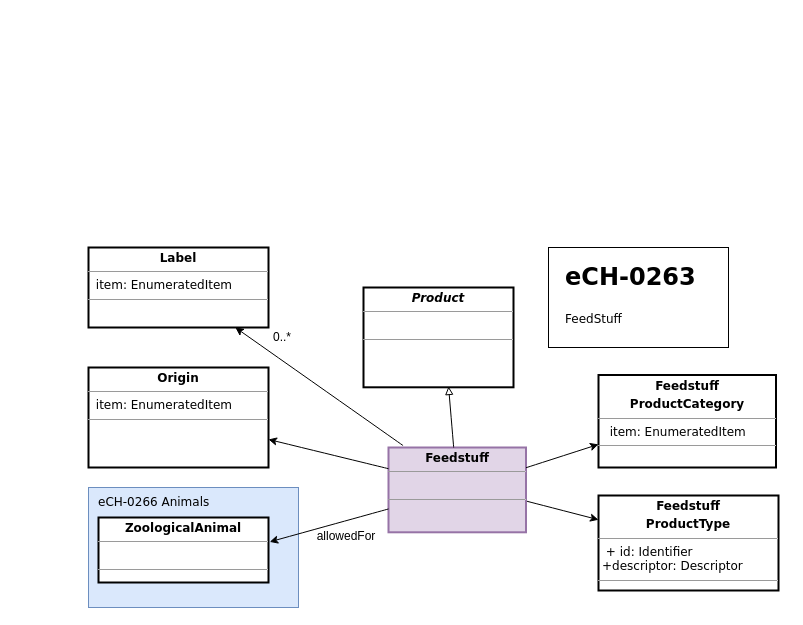
Above: src/eCH-0263__1_0__betriebsmittel_feedstuff.drawio in blw-ofag-ufag/eCH-0263 (draw.io), before the change. Source tidied: cells renumbered, new cells numbered last; positions are measured from the earlier drawing's top-left corner, leaving out a move shared by most shapes. Both pictures are drawn from the tidied source at 100%, with x=0, y=0 at pixel (88, 247).
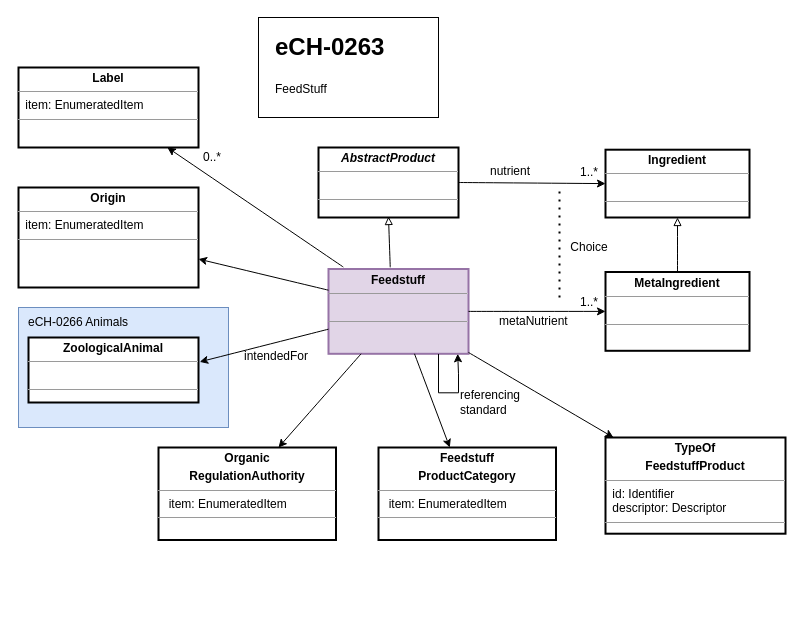
Above is the later version.

What changed in the source:
```diff
@@
-    <mxCell id="2" value="&lt;p style=&quot;margin:0px;margin-top:4px;text-align:center;&quot;&gt;&lt;b&gt;Feedstuff&lt;/b&gt;&lt;/p&gt;&lt;hr size=&quot;1&quot;&gt;&lt;p style=&quot;margin:0px;margin-left:4px;&quot;&gt;&amp;nbsp;&lt;br&gt;&lt;/p&gt;&lt;p style=&quot;margin:0px;margin-left:4px;&quot;&gt;&lt;/p&gt;&lt;hr size=&quot;1&quot;&gt;&lt;p style=&quot;margin:0px;margin-left:4px;&quot;&gt;&lt;br&gt;&lt;/p&gt;" style="verticalAlign=top;align=left;overflow=fill;fontSize=12;fontFamily=Verdana;html=1;sketch=0;strokeWidth=2;fillColor=#e1d5e7;strokeColor=#9673a6;" parent="1" vertex="1">
-      <mxGeometry x="300" y="200" width="137.5" height="84.8" as="geometry" />
+    <mxCell id="2" value="&lt;p style=&quot;margin:0px;margin-top:4px;text-align:center;&quot;&gt;&lt;b&gt;Feedstuff&lt;/b&gt;&lt;/p&gt;&lt;hr size=&quot;1&quot;&gt;&lt;p style=&quot;margin:0px;margin-left:4px;&quot;&gt;&amp;nbsp;&lt;br&gt;&lt;/p&gt;&lt;p style=&quot;margin:0px;margin-left:4px;&quot;&gt;&lt;/p&gt;&lt;hr size=&quot;1&quot;&gt;&lt;p style=&quot;margin:0px;margin-left:4px;&quot;&gt;&lt;br&gt;&lt;/p&gt;" style="verticalAlign=top;align=left;overflow=fill;fontSize=12;fontFamily=Helvetica;html=1;sketch=0;strokeWidth=2;fillColor=#e1d5e7;strokeColor=#9673a6;" parent="1" vertex="1">
+      <mxGeometry x="240" y="21.5" width="140" height="84.8" as="geometry" />
     </mxCell>
-    <mxCell id="3" value="&lt;p style=&quot;margin:0px;margin-top:4px;text-align:center;&quot;&gt;&lt;b&gt;Origin&lt;/b&gt;&lt;/p&gt;&lt;hr size=&quot;1&quot;&gt;&lt;p style=&quot;margin:0px;margin-left:4px;&quot;&gt;&amp;nbsp;item: EnumeratedItem&lt;br&gt;&lt;/p&gt;&lt;hr size=&quot;1&quot;&gt;&lt;p style=&quot;margin:0px;margin-left:4px;&quot;&gt;&lt;br&gt;&lt;/p&gt;" style="verticalAlign=top;align=left;overflow=fill;fontSize=12;fontFamily=Verdana;html=1;sketch=0;strokeWidth=2;" parent="1" vertex="1">
-      <mxGeometry y="120" width="180" height="100" as="geometry" />
+    <mxCell id="3" value="&lt;p style=&quot;margin:0px;margin-top:4px;text-align:center;&quot;&gt;&lt;b&gt;Origin&lt;/b&gt;&lt;/p&gt;&lt;hr size=&quot;1&quot;&gt;&lt;p style=&quot;margin:0px;margin-left:4px;&quot;&gt;&amp;nbsp;item: EnumeratedItem&lt;br&gt;&lt;/p&gt;&lt;hr size=&quot;1&quot;&gt;&lt;p style=&quot;margin:0px;margin-left:4px;&quot;&gt;&lt;br&gt;&lt;/p&gt;" style="verticalAlign=top;align=left;overflow=fill;fontSize=12;fontFamily=Helvetica;html=1;sketch=0;strokeWidth=2;" parent="1" vertex="1">
+      <mxGeometry x="-70" y="-60" width="180" height="100" as="geometry" />
     </mxCell>
-    <mxCell id="4" style="endArrow=classic;html=1;sketch=0;fontFamily=Verdana;curved=1;exitX=0;exitY=0.25;exitDx=0;exitDy=0;" parent="1" edge="1" source="2" target="3">
+    <mxCell id="4" style="endArrow=classic;html=1;sketch=0;fontFamily=Helvetica;curved=1;exitX=0;exitY=0.25;exitDx=0;exitDy=0;" parent="1" edge="1" source="2" target="3">
       <mxGeometry relative="1" as="geometry" />
     </mxCell>
-    <mxCell id="5" value="&lt;p style=&quot;margin:0px;margin-top:4px;text-align:center;&quot;&gt;&lt;b&gt;Label&lt;/b&gt;&lt;/p&gt;&lt;hr size=&quot;1&quot;&gt;&lt;p style=&quot;margin:0px;margin-left:4px;&quot;&gt;&amp;nbsp;item: EnumeratedItem&lt;br&gt;&lt;/p&gt;&lt;hr size=&quot;1&quot;&gt;&lt;p style=&quot;margin:0px;margin-left:4px;&quot;&gt;&lt;br&gt;&lt;/p&gt;" style="verticalAlign=top;align=left;overflow=fill;fontSize=12;fontFamily=Verdana;html=1;sketch=0;strokeWidth=2;" parent="1" vertex="1">
-      <mxGeometry width="180" height="80" as="geometry" />
+    <mxCell id="5" value="&lt;p style=&quot;margin:0px;margin-top:4px;text-align:center;&quot;&gt;&lt;b&gt;Label&lt;/b&gt;&lt;/p&gt;&lt;hr size=&quot;1&quot;&gt;&lt;p style=&quot;margin:0px;margin-left:4px;&quot;&gt;&amp;nbsp;item: EnumeratedItem&lt;br&gt;&lt;/p&gt;&lt;hr size=&quot;1&quot;&gt;&lt;p style=&quot;margin:0px;margin-left:4px;&quot;&gt;&lt;br&gt;&lt;/p&gt;" style="verticalAlign=top;align=left;overflow=fill;fontSize=12;fontFamily=Helvetica;html=1;sketch=0;strokeWidth=2;" parent="1" vertex="1">
+      <mxGeometry x="-70" y="-180" width="180" height="80" as="geometry" />
     </mxCell>
-    <mxCell id="6" style="endArrow=classic;html=1;sketch=0;fontFamily=Verdana;curved=1;exitX=0.106;exitY=-0.023;exitDx=0;exitDy=0;exitPerimeter=0;" parent="1" edge="1" source="2" target="5">
+    <mxCell id="6" style="endArrow=classic;html=1;sketch=0;fontFamily=Helvetica;curved=1;exitX=0.106;exitY=-0.023;exitDx=0;exitDy=0;exitPerimeter=0;" parent="1" edge="1" source="2" target="5">
       <mxGeometry relative="1" as="geometry" />
     </mxCell>
-    <mxCell id="7" value="0..*" style="text;html=1;strokeColor=none;fillColor=none;align=center;verticalAlign=middle;whiteSpace=wrap;rounded=0;" parent="1" vertex="1">
-      <mxGeometry x="164" y="75" width="60" height="30" as="geometry" />
+    <mxCell id="7" value="0..*" style="text;html=1;strokeColor=none;fillColor=none;align=center;verticalAlign=middle;whiteSpace=wrap;rounded=0;fontFamily=Helvetica;" parent="1" vertex="1">
+      <mxGeometry x="94" y="-105" width="60" height="30" as="geometry" />
     </mxCell>
-    <mxCell id="8" value="&lt;p style=&quot;margin:0px;margin-top:4px;text-align:center;&quot;&gt;&lt;b style=&quot;background-color: initial;&quot;&gt;Feedstuff&lt;/b&gt;&lt;/p&gt;&lt;p style=&quot;margin:0px;margin-top:4px;text-align:center;&quot;&gt;&lt;b style=&quot;background-color: initial;&quot;&gt;ProductType&lt;/b&gt;&lt;br&gt;&lt;/p&gt;&lt;hr size=&quot;1&quot;&gt;&lt;p style=&quot;margin:0px;margin-left:4px;&quot;&gt;&amp;nbsp;+ id: Identifier&lt;br&gt;&lt;/p&gt;&lt;p style=&quot;margin:0px;margin-left:4px;&quot;&gt;+descriptor: Descriptor&lt;/p&gt;&lt;hr size=&quot;1&quot;&gt;&lt;p style=&quot;margin:0px;margin-left:4px;&quot;&gt;&lt;br&gt;&lt;/p&gt;" style="verticalAlign=top;align=left;overflow=fill;fontSize=12;fontFamily=Verdana;html=1;sketch=0;strokeWidth=2;" parent="1" vertex="1">
-      <mxGeometry x="510" y="248" width="180" height="95" as="geometry" />
+    <mxCell id="8" value="&lt;p style=&quot;margin:0px;margin-top:4px;text-align:center;&quot;&gt;&lt;b&gt;TypeOf&lt;/b&gt;&lt;/p&gt;&lt;p style=&quot;margin:0px;margin-top:4px;text-align:center;&quot;&gt;&lt;b style=&quot;background-color: initial;&quot;&gt;FeedstuffProduct&lt;/b&gt;&lt;br&gt;&lt;/p&gt;&lt;hr size=&quot;1&quot;&gt;&lt;p style=&quot;margin:0px;margin-left:4px;&quot;&gt;&amp;nbsp;id: Identifier&lt;br&gt;&lt;/p&gt;&lt;p style=&quot;margin:0px;margin-left:4px;&quot;&gt;&amp;nbsp;descriptor: Descriptor&lt;/p&gt;&lt;hr size=&quot;1&quot;&gt;&lt;p style=&quot;margin:0px;margin-left:4px;&quot;&gt;&lt;br&gt;&lt;/p&gt;" style="verticalAlign=top;align=left;overflow=fill;fontSize=12;fontFamily=Helvetica;html=1;sketch=0;strokeWidth=2;" parent="1" vertex="1">
+      <mxGeometry x="517" y="190" width="180" height="96.2" as="geometry" />
     </mxCell>
-    <mxCell id="9" value="&lt;p style=&quot;margin:0px;margin-top:4px;text-align:center;&quot;&gt;&lt;b style=&quot;background-color: initial;&quot;&gt;Feedstuff&lt;/b&gt;&lt;/p&gt;&lt;p style=&quot;margin:0px;margin-top:4px;text-align:center;&quot;&gt;&lt;b style=&quot;background-color: initial;&quot;&gt;ProductCategory&lt;/b&gt;&lt;br&gt;&lt;/p&gt;&lt;hr size=&quot;1&quot;&gt;&lt;p style=&quot;margin:0px;margin-left:4px;&quot;&gt;&amp;nbsp; item: EnumeratedItem&lt;br&gt;&lt;/p&gt;&lt;hr size=&quot;1&quot;&gt;&lt;p style=&quot;margin:0px;margin-left:4px;&quot;&gt;&lt;br&gt;&lt;/p&gt;" style="verticalAlign=top;align=left;overflow=fill;fontSize=12;fontFamily=Verdana;html=1;sketch=0;strokeWidth=2;" parent="1" vertex="1">
-      <mxGeometry x="510" y="127.5" width="177.5" height="92.5" as="geometry" />
+    <mxCell id="9" value="&lt;p style=&quot;margin:0px;margin-top:4px;text-align:center;&quot;&gt;&lt;b style=&quot;background-color: initial;&quot;&gt;Feedstuff&lt;/b&gt;&lt;/p&gt;&lt;p style=&quot;margin:0px;margin-top:4px;text-align:center;&quot;&gt;&lt;b style=&quot;background-color: initial;&quot;&gt;ProductCategory&lt;/b&gt;&lt;br&gt;&lt;/p&gt;&lt;hr size=&quot;1&quot;&gt;&lt;p style=&quot;margin:0px;margin-left:4px;&quot;&gt;&amp;nbsp; item: EnumeratedItem&lt;br&gt;&lt;/p&gt;&lt;hr size=&quot;1&quot;&gt;&lt;p style=&quot;margin:0px;margin-left:4px;&quot;&gt;&lt;br&gt;&lt;/p&gt;" style="verticalAlign=top;align=left;overflow=fill;fontSize=12;fontFamily=Helvetica;html=1;sketch=0;strokeWidth=2;" parent="1" vertex="1">
+      <mxGeometry x="290" y="200" width="177.5" height="92.5" as="geometry" />
     </mxCell>
-    <mxCell id="10" style="endArrow=classic;html=1;sketch=0;fontFamily=Verdana;curved=1;exitX=1.007;exitY=0.634;exitDx=0;exitDy=0;exitPerimeter=0;" parent="1" edge="1" source="2" target="8">
+    <mxCell id="10" style="endArrow=classic;html=1;sketch=0;fontFamily=Helvetica;curved=1;" parent="1" edge="1" source="2" target="8">
       <mxGeometry relative="1" as="geometry" />
     </mxCell>
-    <mxCell id="11" style="endArrow=classic;html=1;sketch=0;fontFamily=Verdana;curved=1;entryX=0;entryY=0.75;entryDx=0;entryDy=0;" parent="1" edge="1" source="2" target="9">
+    <mxCell id="11" style="endArrow=classic;html=1;sketch=0;fontFamily=Helvetica;curved=1;" parent="1" edge="1" source="2" target="9">
       <mxGeometry relative="1" as="geometry" />
     </mxCell>
-    <mxCell id="12" value="allowedFor" style="text;html=1;strokeColor=none;fillColor=none;align=center;verticalAlign=middle;whiteSpace=wrap;rounded=0;" parent="1" vertex="1">
-      <mxGeometry x="228" y="273.5" width="60" height="30" as="geometry" />
+    <mxCell id="12" value="intendedFor" style="text;html=1;strokeColor=none;fillColor=none;align=center;verticalAlign=middle;whiteSpace=wrap;rounded=0;fontFamily=Helvetica;" parent="1" vertex="1">
+      <mxGeometry x="158" y="93.5" width="60" height="30" as="geometry" />
     </mxCell>
-    <mxCell id="13" style="rounded=0;whiteSpace=wrap;html=1;fillColor=#dae8fc;strokeColor=#6c8ebf;fontFamily=Verdana;" parent="1" vertex="1">
-      <mxGeometry y="240" width="210" height="120" as="geometry" />
+    <mxCell id="13" style="rounded=0;whiteSpace=wrap;html=1;fillColor=#dae8fc;strokeColor=#6c8ebf;fontFamily=Helvetica;" parent="1" vertex="1">
+      <mxGeometry x="-70" y="60" width="210" height="120" as="geometry" />
     </mxCell>
-    <mxCell id="14" value="eCH-0266 Animals" style="text;html=1;strokeColor=none;fillColor=none;align=left;verticalAlign=middle;whiteSpace=wrap;rounded=0;strokeWidth=2;fontFamily=Verdana;" parent="1" vertex="1">
-      <mxGeometry x="8" y="240" width="140" height="30" as="geometry" />
+    <mxCell id="14" value="eCH-0266 Animals" style="text;html=1;strokeColor=none;fillColor=none;align=left;verticalAlign=middle;whiteSpace=wrap;rounded=0;strokeWidth=2;fontFamily=Helvetica;" parent="1" vertex="1">
+      <mxGeometry x="-62" y="60" width="140" height="30" as="geometry" />
     </mxCell>
-    <mxCell id="15" value="&lt;p style=&quot;margin:0px;margin-top:4px;text-align:center;&quot;&gt;&lt;b&gt;ZoologicalAnimal&lt;/b&gt;&lt;/p&gt;&lt;hr size=&quot;1&quot;&gt;&lt;p style=&quot;margin:0px;margin-left:4px;&quot;&gt;&amp;nbsp;&amp;nbsp;&lt;br&gt;&lt;/p&gt;&lt;hr size=&quot;1&quot;&gt;&lt;p style=&quot;margin:0px;margin-left:4px;&quot;&gt;&lt;br&gt;&lt;/p&gt;" style="verticalAlign=top;align=left;overflow=fill;fontSize=12;fontFamily=Verdana;html=1;sketch=0;strokeWidth=2;" parent="1" vertex="1">
-      <mxGeometry x="10" y="270" width="170" height="65" as="geometry" />
+    <mxCell id="15" value="&lt;p style=&quot;margin:0px;margin-top:4px;text-align:center;&quot;&gt;&lt;b&gt;ZoologicalAnimal&lt;/b&gt;&lt;/p&gt;&lt;hr size=&quot;1&quot;&gt;&lt;p style=&quot;margin:0px;margin-left:4px;&quot;&gt;&amp;nbsp;&amp;nbsp;&lt;br&gt;&lt;/p&gt;&lt;hr size=&quot;1&quot;&gt;&lt;p style=&quot;margin:0px;margin-left:4px;&quot;&gt;&lt;br&gt;&lt;/p&gt;" style="verticalAlign=top;align=left;overflow=fill;fontSize=12;fontFamily=Helvetica;html=1;sketch=0;strokeWidth=2;" parent="1" vertex="1">
+      <mxGeometry x="-60" y="90" width="170" height="65" as="geometry" />
     </mxCell>
-    <mxCell id="16" style="endArrow=classic;html=1;sketch=0;fontFamily=Verdana;curved=1;entryX=1.007;entryY=0.375;entryDx=0;entryDy=0;entryPerimeter=0;" parent="1" edge="1" source="2" target="15">
+    <mxCell id="16" style="endArrow=classic;html=1;sketch=0;fontFamily=Helvetica;curved=1;entryX=1.007;entryY=0.375;entryDx=0;entryDy=0;entryPerimeter=0;" parent="1" edge="1" source="2" target="15">
       <mxGeometry relative="1" as="geometry" />
     </mxCell>
-    <mxCell id="17" value="&lt;p style=&quot;margin:0px;margin-top:4px;text-align:center;&quot;&gt;&lt;b&gt;&lt;i&gt;Product&lt;/i&gt;&lt;/b&gt;&lt;/p&gt;&lt;hr size=&quot;1&quot;&gt;&lt;p style=&quot;margin:0px;margin-left:4px;&quot;&gt;&lt;br&gt;&lt;/p&gt;&lt;hr size=&quot;1&quot;&gt;&lt;p style=&quot;margin:0px;margin-left:4px;&quot;&gt;&lt;br&gt;&lt;/p&gt;" style="verticalAlign=top;align=left;overflow=fill;fontSize=12;fontFamily=Verdana;html=1;sketch=0;strokeWidth=2;" parent="1" vertex="1">
-      <mxGeometry x="275" y="40" width="150" height="99.8" as="geometry" />
+    <mxCell id="17" value="&lt;p style=&quot;margin:0px;margin-top:4px;text-align:center;&quot;&gt;&lt;b&gt;&lt;i&gt;AbstractProduct&lt;/i&gt;&lt;/b&gt;&lt;/p&gt;&lt;hr size=&quot;1&quot;&gt;&lt;p style=&quot;margin:0px;margin-left:4px;&quot;&gt;&lt;br&gt;&lt;/p&gt;&lt;hr size=&quot;1&quot;&gt;&lt;p style=&quot;margin:0px;margin-left:4px;&quot;&gt;&lt;br&gt;&lt;/p&gt;" style="verticalAlign=top;align=left;overflow=fill;fontSize=12;fontFamily=Helvetica;html=1;sketch=0;strokeWidth=2;" parent="1" vertex="1">
+      <mxGeometry x="230" y="-100" width="140" height="70" as="geometry" />
     </mxCell>
-    <mxCell id="18" style="endArrow=block;html=1;sketch=0;fontFamily=Verdana;curved=1;endFill=0;entryX=0.567;entryY=0.992;entryDx=0;entryDy=0;entryPerimeter=0;" parent="1" edge="1" source="2" target="17">
-      <mxGeometry relative="1" as="geometry" />
+    <mxCell id="18" style="endArrow=block;html=1;sketch=0;fontFamily=Helvetica;curved=1;endFill=0;exitX=0.441;exitY=-0.02;exitDx=0;exitDy=0;exitPerimeter=0;" parent="1" edge="1" source="2">
+      <mxGeometry relative="1" as="geometry">
+        <mxPoint x="300" y="-31" as="targetPoint" />
+      </mxGeometry>
     </mxCell>
-    <mxCell id="19" style="rounded=0;whiteSpace=wrap;html=1;" parent="1" vertex="1">
-      <mxGeometry x="460" width="180" height="100" as="geometry" />
+    <mxCell id="19" style="rounded=0;whiteSpace=wrap;html=1;fontFamily=Helvetica;" parent="1" vertex="1">
+      <mxGeometry x="170" y="-230" width="180" height="100" as="geometry" />
     </mxCell>
-    <mxCell id="20" value="&lt;h1&gt;&lt;span style=&quot;background-color: initial;&quot;&gt;eCH-0263&lt;/span&gt;&lt;/h1&gt;&lt;div&gt;&lt;br&gt;&lt;/div&gt;" style="text;html=1;strokeColor=none;fillColor=none;spacing=5;spacingTop=-20;whiteSpace=wrap;overflow=hidden;rounded=0;strokeWidth=2;fontFamily=Verdana;" parent="1" vertex="1">
-      <mxGeometry x="471.5" y="10" width="163.3" height="80" as="geometry" />
+    <mxCell id="20" value="&lt;h1&gt;&lt;span style=&quot;background-color: initial;&quot;&gt;eCH-0263&lt;/span&gt;&lt;/h1&gt;&lt;div&gt;&lt;br&gt;&lt;/div&gt;" style="text;html=1;strokeColor=none;fillColor=none;spacing=5;spacingTop=-20;whiteSpace=wrap;overflow=hidden;rounded=0;strokeWidth=2;fontFamily=Helvetica;" parent="1" vertex="1">
+      <mxGeometry x="181.5" y="-220" width="163.3" height="80" as="geometry" />
     </mxCell>
-    <mxCell id="21" value="FeedStuff" style="text;html=1;strokeColor=none;fillColor=none;align=left;verticalAlign=middle;whiteSpace=wrap;rounded=0;strokeWidth=2;fontFamily=Verdana;" parent="1" vertex="1">
-      <mxGeometry x="474.8" y="56.5" width="160" height="30" as="geometry" />
+    <mxCell id="21" value="FeedStuff" style="text;html=1;strokeColor=none;fillColor=none;align=left;verticalAlign=middle;whiteSpace=wrap;rounded=0;strokeWidth=2;fontFamily=Helvetica;" parent="1" vertex="1">
+      <mxGeometry x="184.8" y="-173.5" width="160" height="30" as="geometry" />
     </mxCell>
+    <mxCell id="22" value="&lt;p style=&quot;margin:0px;margin-top:4px;text-align:center;&quot;&gt;&lt;b&gt;Ingredient&lt;/b&gt;&lt;/p&gt;&lt;hr size=&quot;1&quot;&gt;&lt;p style=&quot;margin:0px;margin-left:4px;&quot;&gt;&amp;nbsp;&lt;/p&gt;&lt;hr size=&quot;1&quot;&gt;&lt;p style=&quot;margin:0px;margin-left:4px;&quot;&gt;&lt;br&gt;&lt;/p&gt;" style="verticalAlign=top;align=left;overflow=fill;fontSize=12;fontFamily=Helvetica;html=1;sketch=0;strokeWidth=2;" parent="1" vertex="1">
+      <mxGeometry x="517" y="-97.8" width="144" height="67.8" as="geometry" />
+    </mxCell>
+    <mxCell id="23" value="&lt;p style=&quot;margin:0px;margin-top:4px;text-align:center;&quot;&gt;&lt;b&gt;MetaIngredient&lt;/b&gt;&lt;/p&gt;&lt;hr size=&quot;1&quot;&gt;&lt;p style=&quot;margin:0px;margin-left:4px;&quot;&gt;&amp;nbsp;&amp;nbsp;&lt;/p&gt;&lt;hr size=&quot;1&quot;&gt;&lt;p style=&quot;margin:0px;margin-left:4px;&quot;&gt;&lt;br&gt;&lt;/p&gt;" style="verticalAlign=top;align=left;overflow=fill;fontSize=12;fontFamily=Helvetica;html=1;sketch=0;strokeWidth=2;" parent="1" vertex="1">
+      <mxGeometry x="517" y="24.5" width="144" height="78.8" as="geometry" />
+    </mxCell>
+    <mxCell id="24" style="endArrow=block;html=1;sketch=0;fontFamily=Helvetica;curved=1;endFill=0;exitX=0.5;exitY=0;exitDx=0;exitDy=0;entryX=0.5;entryY=1;entryDx=0;entryDy=0;" parent="1" edge="1" source="23" target="22">
+      <mxGeometry relative="1" as="geometry" />
+    </mxCell>
+    <mxCell id="25" style="endArrow=classic;html=1;sketch=0;fontFamily=Helvetica;curved=1;entryX=0;entryY=0.5;entryDx=0;entryDy=0;exitX=1;exitY=0.5;exitDx=0;exitDy=0;" parent="1" edge="1" source="17" target="22">
+      <mxGeometry relative="1" as="geometry" />
+    </mxCell>
+    <mxCell id="26" style="endArrow=classic;html=1;sketch=0;fontFamily=Helvetica;curved=1;entryX=0;entryY=0.5;entryDx=0;entryDy=0;exitX=1;exitY=0.5;exitDx=0;exitDy=0;" parent="1" edge="1" source="2" target="23">
+      <mxGeometry relative="1" as="geometry" />
+    </mxCell>
+    <mxCell id="27" value="Choice" style="text;html=1;strokeColor=none;fillColor=none;align=center;verticalAlign=middle;whiteSpace=wrap;rounded=0;" parent="1" vertex="1">
+      <mxGeometry x="471" y="-15" width="60" height="30" as="geometry" />
+    </mxCell>
+    <mxCell id="28" style="endArrow=none;dashed=1;html=1;dashPattern=1 3;strokeWidth=2;rounded=0;" parent="1" edge="1">
+      <mxGeometry relative="1" as="geometry">
+        <mxPoint x="471" y="50" as="sourcePoint" />
+        <mxPoint x="471" y="-60" as="targetPoint" />
+      </mxGeometry>
+    </mxCell>
+    <mxCell id="29" value="1..*" style="text;html=1;strokeColor=none;fillColor=none;align=center;verticalAlign=middle;whiteSpace=wrap;rounded=0;fontFamily=Helvetica;" parent="1" vertex="1">
+      <mxGeometry x="471" y="-90" width="60" height="30" as="geometry" />
+    </mxCell>
+    <mxCell id="30" value="1..*" style="text;html=1;strokeColor=none;fillColor=none;align=center;verticalAlign=middle;whiteSpace=wrap;rounded=0;fontFamily=Helvetica;" parent="1" vertex="1">
+      <mxGeometry x="471" y="40" width="60" height="30" as="geometry" />
+    </mxCell>
+    <mxCell id="31" value="&lt;p style=&quot;margin:0px;margin-top:4px;text-align:center;&quot;&gt;&lt;b style=&quot;background-color: initial;&quot;&gt;Organic&lt;/b&gt;&lt;/p&gt;&lt;p style=&quot;margin:0px;margin-top:4px;text-align:center;&quot;&gt;&lt;b&gt;RegulationAuthority&lt;/b&gt;&lt;/p&gt;&lt;hr size=&quot;1&quot;&gt;&lt;p style=&quot;margin:0px;margin-left:4px;&quot;&gt;&amp;nbsp; item: EnumeratedItem&lt;br&gt;&lt;/p&gt;&lt;hr size=&quot;1&quot;&gt;&lt;p style=&quot;margin:0px;margin-left:4px;&quot;&gt;&lt;br&gt;&lt;/p&gt;" style="verticalAlign=top;align=left;overflow=fill;fontSize=12;fontFamily=Helvetica;html=1;sketch=0;strokeWidth=2;" parent="1" vertex="1">
+      <mxGeometry x="70" y="200" width="177.5" height="92.5" as="geometry" />
+    </mxCell>
+    <mxCell id="32" style="endArrow=classic;html=1;sketch=0;fontFamily=Helvetica;curved=1;entryX=0.676;entryY=0;entryDx=0;entryDy=0;entryPerimeter=0;" parent="1" edge="1" source="2" target="31">
+      <mxGeometry relative="1" as="geometry" />
+    </mxCell>
+    <mxCell id="33" value="metaNutrient" style="text;whiteSpace=wrap;html=1;fontFamily=Helvetica;" parent="1" vertex="1">
+      <mxGeometry x="408.5" y="60" width="100" height="40" as="geometry" />
+    </mxCell>
+    <mxCell id="34" value="nutrient" style="text;whiteSpace=wrap;html=1;fontFamily=Helvetica;" parent="1" vertex="1">
+      <mxGeometry x="400" y="-90" width="100" height="40" as="geometry" />
+    </mxCell>
+    <mxCell id="35" style="edgeStyle=orthogonalEdgeStyle;rounded=0;orthogonalLoop=1;jettySize=auto;html=1;entryX=0.839;entryY=0.997;entryDx=0;entryDy=0;entryPerimeter=0;" parent="1" edge="1">
+      <mxGeometry relative="1" as="geometry">
+        <mxPoint x="350" y="106.5" as="sourcePoint" />
+        <mxPoint x="369.2" y="106.3" as="targetPoint" />
+        <Array as="points">
+          <mxPoint x="350" y="145.3" />
+          <mxPoint x="370" y="145.3" />
+          <mxPoint x="370" y="126.3" />
+          <mxPoint x="369" y="126.3" />
+        </Array>
+      </mxGeometry>
+    </mxCell>
+    <mxCell id="36" value="referencing&lt;br&gt;standard" style="text;html=1;strokeColor=none;fillColor=none;align=left;verticalAlign=middle;whiteSpace=wrap;rounded=0;" parent="1" vertex="1">
+      <mxGeometry x="370" y="140" width="60" height="30" as="geometry" />
+    </mxCell>
```
